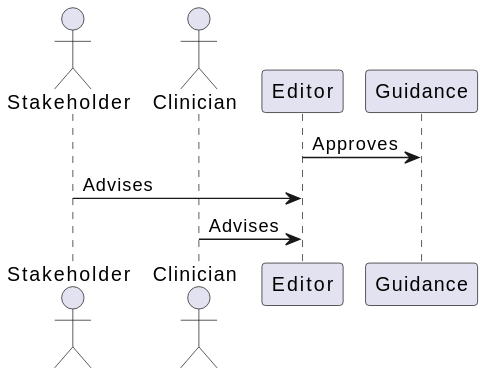
This is docs/docs/diagrams/out/publication_dark.svg from chronicleworks/chronicle, a PlantUML export, as it was before one commit. Its diagram source:
```plantuml
@startuml
actor "Stakeholder"
actor "Clinician"

Editor -> Guidance: Approves
Stakeholder -> Editor: Advises
Clinician -> Editor: Advises
@enduml
```
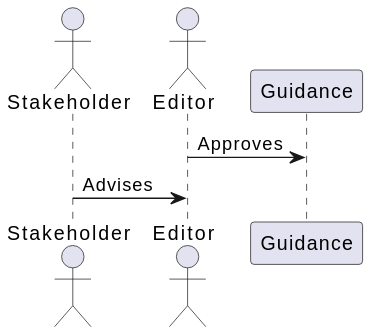
Later version of the same file.

What changed in the source:
```diff
@@ -1,8 +1,7 @@
 @startuml
 actor "Stakeholder"
-actor "Clinician"
+actor "Editor"
 
 Editor -> Guidance: Approves
 Stakeholder -> Editor: Advises
-Clinician -> Editor: Advises
 @enduml
```
